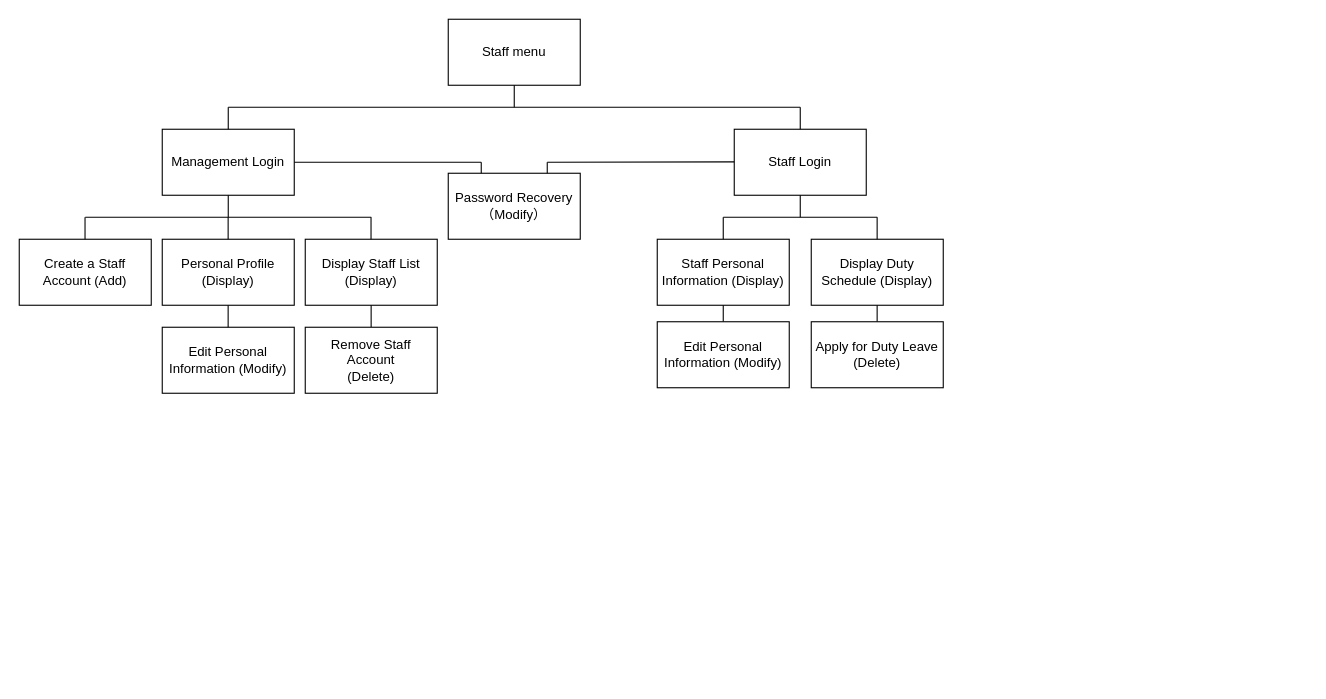
Above: Structure Chart/staffTrain (1).drawio in halleyIsStressed/pcd2Assignment (draw.io), before the change. Source tidied: cells renumbered, new cells numbered last; positions are measured from the earlier drawing's top-left corner, leaving out a move shared by most shapes. Both pictures are drawn from the tidied source at 110%, with x=0, y=0 at pixel (19, 19).
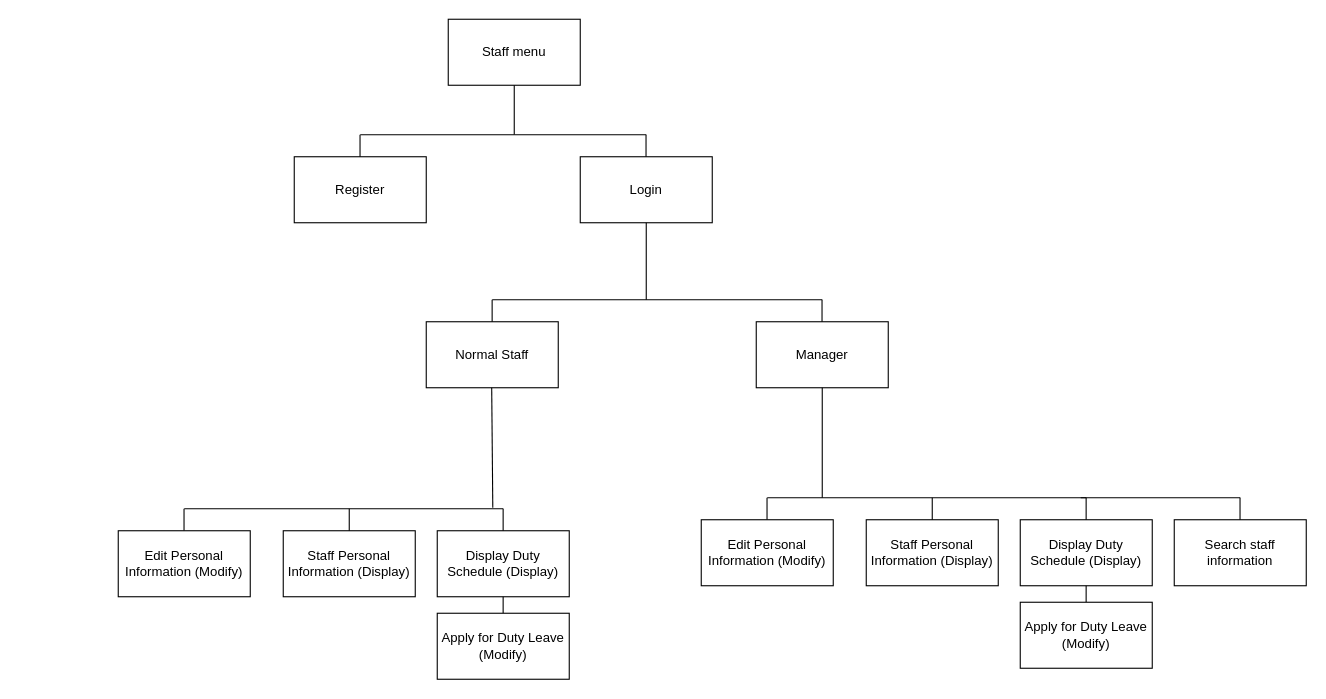
Above is the later version.

Change to the diagram source:
```diff
@@
-    <mxCell id="3" value="Staff Login" style="rounded=0;whiteSpace=wrap;html=1;" parent="1" vertex="1">
-      <mxGeometry x="650" y="100" width="120" height="60" as="geometry" />
+    <mxCell id="3" value="Login" style="rounded=0;whiteSpace=wrap;html=1;" parent="1" vertex="1">
+      <mxGeometry x="510" y="125" width="120" height="60" as="geometry" />
     </mxCell>
-    <mxCell id="4" value="Management Login" style="rounded=0;whiteSpace=wrap;html=1;" parent="1" vertex="1">
-      <mxGeometry x="130" y="100" width="120" height="60" as="geometry" />
-    </mxCell>
-    <mxCell id="5" value="Password Recovery&lt;div&gt;（Modify）&lt;/div&gt;" style="whiteSpace=wrap;html=1;rounded=0;" parent="1" vertex="1">
-      <mxGeometry x="390" y="140" width="120" height="60" as="geometry" />
-    </mxCell>
-    <mxCell id="6" value="Personal Profile&lt;div&gt;(Display)&lt;/div&gt;" style="whiteSpace=wrap;html=1;rounded=0;" parent="1" vertex="1">
-      <mxGeometry x="130" y="200" width="120" height="60" as="geometry" />
-    </mxCell>
     <mxCell id="7" value="Staff Personal Information (Display)" style="whiteSpace=wrap;html=1;rounded=0;" parent="1" vertex="1">
-      <mxGeometry x="580" y="200" width="120" height="60" as="geometry" />
+      <mxGeometry x="770" y="455" width="120" height="60" as="geometry" />
     </mxCell>
-    <mxCell id="8" style="endArrow=none;html=1;rounded=0;exitX=0.5;exitY=1;exitDx=0;exitDy=0;" parent="1" edge="1" source="3">
-      <mxGeometry relative="1" as="geometry">
-        <mxPoint x="710" y="180" as="targetPoint" />
-      </mxGeometry>
-    </mxCell>
     <mxCell id="9" style="endArrow=none;html=1;rounded=0;" parent="1" edge="1">
       <mxGeometry relative="1" as="geometry">
-        <mxPoint x="450" y="80" as="sourcePoint" />
+        <mxPoint x="450" y="105" as="sourcePoint" />
         <mxPoint x="450" y="60" as="targetPoint" />
       </mxGeometry>
     </mxCell>
-    <mxCell id="10" style="endArrow=none;html=1;rounded=0;" parent="1" edge="1">
-      <mxGeometry relative="1" as="geometry">
-        <mxPoint x="190" y="80" as="sourcePoint" />
-        <mxPoint x="710" y="80" as="targetPoint" />
-      </mxGeometry>
-    </mxCell>
     <mxCell id="11" style="endArrow=none;html=1;rounded=0;" parent="1" edge="1">
       <mxGeometry relative="1" as="geometry">
-        <mxPoint x="190" y="100" as="sourcePoint" />
-        <mxPoint x="190" y="80" as="targetPoint" />
+        <mxPoint x="679.8" y="455" as="sourcePoint" />
+        <mxPoint x="679.8" y="435" as="targetPoint" />
       </mxGeometry>
     </mxCell>
-    <mxCell id="12" style="endArrow=none;html=1;rounded=0;" parent="1" edge="1">
-      <mxGeometry relative="1" as="geometry">
-        <mxPoint x="710" y="100" as="sourcePoint" />
-        <mxPoint x="710" y="80" as="targetPoint" />
-      </mxGeometry>
-    </mxCell>
-    <mxCell id="13" value="Create a Staff Account (Add)" style="whiteSpace=wrap;html=1;rounded=0;" parent="1" vertex="1">
-      <mxGeometry y="200" width="120" height="60" as="geometry" />
-    </mxCell>
-    <mxCell id="14" value="&lt;div&gt;Display Staff List (Display)&lt;/div&gt;" style="whiteSpace=wrap;html=1;rounded=0;" parent="1" vertex="1">
-      <mxGeometry x="260" y="200" width="120" height="60" as="geometry" />
-    </mxCell>
-    <mxCell id="15" style="endArrow=none;html=1;rounded=0;" parent="1" edge="1">
-      <mxGeometry relative="1" as="geometry">
-        <mxPoint x="60" y="180" as="sourcePoint" />
-        <mxPoint x="320" y="180" as="targetPoint" />
-      </mxGeometry>
-    </mxCell>
-    <mxCell id="16" value="Edit Personal Information (Modify)" style="rounded=0;whiteSpace=wrap;html=1;" parent="1" vertex="1">
-      <mxGeometry x="130" y="280" width="120" height="60" as="geometry" />
-    </mxCell>
-    <mxCell id="17" style="endArrow=none;html=1;rounded=0;" parent="1" edge="1">
-      <mxGeometry relative="1" as="geometry">
-        <mxPoint x="250" y="130" as="sourcePoint" />
-        <mxPoint x="420" y="130" as="targetPoint" />
-      </mxGeometry>
-    </mxCell>
-    <mxCell id="18" style="endArrow=none;html=1;rounded=0;" parent="1" edge="1">
-      <mxGeometry relative="1" as="geometry">
-        <mxPoint x="480" y="130" as="sourcePoint" />
-        <mxPoint x="650" y="129.7" as="targetPoint" />
-      </mxGeometry>
-    </mxCell>
-    <mxCell id="19" style="endArrow=none;html=1;rounded=0;exitX=0.25;exitY=0;exitDx=0;exitDy=0;" parent="1" edge="1" source="5">
-      <mxGeometry relative="1" as="geometry">
-        <mxPoint x="420" y="130" as="targetPoint" />
-      </mxGeometry>
-    </mxCell>
-    <mxCell id="20" style="endArrow=none;html=1;rounded=0;exitX=0.75;exitY=0;exitDx=0;exitDy=0;" parent="1" edge="1" source="5">
-      <mxGeometry relative="1" as="geometry">
-        <mxPoint x="480" y="130" as="targetPoint" />
-      </mxGeometry>
-    </mxCell>
-    <mxCell id="21" style="endArrow=none;html=1;rounded=0;" parent="1" edge="1">
-      <mxGeometry relative="1" as="geometry">
-        <mxPoint x="190" y="180" as="sourcePoint" />
-        <mxPoint x="190" y="160" as="targetPoint" />
-      </mxGeometry>
-    </mxCell>
-    <mxCell id="22" style="endArrow=none;html=1;rounded=0;" parent="1" edge="1">
-      <mxGeometry relative="1" as="geometry">
-        <mxPoint x="189.9" y="200" as="sourcePoint" />
-        <mxPoint x="189.9" y="180" as="targetPoint" />
-      </mxGeometry>
-    </mxCell>
-    <mxCell id="23" style="endArrow=none;html=1;rounded=0;" parent="1" edge="1">
-      <mxGeometry relative="1" as="geometry">
-        <mxPoint x="189.9" y="280" as="sourcePoint" />
-        <mxPoint x="189.9" y="260" as="targetPoint" />
-      </mxGeometry>
-    </mxCell>
-    <mxCell id="24" style="endArrow=none;html=1;rounded=0;" parent="1" edge="1">
-      <mxGeometry relative="1" as="geometry">
-        <mxPoint x="59.8" y="200" as="sourcePoint" />
-        <mxPoint x="59.8" y="180" as="targetPoint" />
-      </mxGeometry>
-    </mxCell>
-    <mxCell id="25" style="endArrow=none;html=1;rounded=0;" parent="1" edge="1">
-      <mxGeometry relative="1" as="geometry">
-        <mxPoint x="319.8" y="200" as="sourcePoint" />
-        <mxPoint x="319.8" y="180" as="targetPoint" />
-      </mxGeometry>
-    </mxCell>
     <mxCell id="26" value="Display Duty Schedule (Display)" style="whiteSpace=wrap;html=1;rounded=0;" parent="1" vertex="1">
-      <mxGeometry x="720" y="200" width="120" height="60" as="geometry" />
+      <mxGeometry x="910" y="455" width="120" height="60" as="geometry" />
     </mxCell>
-    <mxCell id="27" style="endArrow=none;html=1;rounded=0;" parent="1" edge="1">
-      <mxGeometry relative="1" as="geometry">
-        <mxPoint x="640" y="180" as="sourcePoint" />
-        <mxPoint x="780" y="180" as="targetPoint" />
-      </mxGeometry>
-    </mxCell>
     <mxCell id="28" style="endArrow=none;html=1;rounded=0;exitX=0.5;exitY=0;exitDx=0;exitDy=0;" parent="1" edge="1" source="7">
       <mxGeometry relative="1" as="geometry">
-        <mxPoint x="640" y="180" as="targetPoint" />
+        <mxPoint x="830" y="435" as="targetPoint" />
       </mxGeometry>
     </mxCell>
     <mxCell id="29" style="endArrow=none;html=1;rounded=0;exitX=0.5;exitY=0;exitDx=0;exitDy=0;" parent="1" edge="1">
       <mxGeometry relative="1" as="geometry">
-        <mxPoint x="779.9" y="200" as="sourcePoint" />
-        <mxPoint x="779.9" y="180" as="targetPoint" />
+        <mxPoint x="969.9" y="455" as="sourcePoint" />
+        <mxPoint x="969.9" y="435" as="targetPoint" />
       </mxGeometry>
     </mxCell>
-    <mxCell id="30" style="endArrow=none;html=1;rounded=0;entryX=0.5;entryY=1;entryDx=0;entryDy=0;" parent="1" edge="1" target="7">
-      <mxGeometry relative="1" as="geometry">
-        <mxPoint x="640" y="275" as="sourcePoint" />
-      </mxGeometry>
-    </mxCell>
     <mxCell id="31" style="endArrow=none;html=1;rounded=0;entryX=0.5;entryY=1;entryDx=0;entryDy=0;" parent="1" edge="1">
       <mxGeometry relative="1" as="geometry">
-        <mxPoint x="779.9" y="275" as="sourcePoint" />
-        <mxPoint x="779.9" y="260" as="targetPoint" />
+        <mxPoint x="969.9" y="530" as="sourcePoint" />
+        <mxPoint x="969.9" y="515" as="targetPoint" />
       </mxGeometry>
     </mxCell>
     <mxCell id="32" value="Edit Personal Information (Modify)" style="whiteSpace=wrap;html=1;rounded=0;" parent="1" vertex="1">
-      <mxGeometry x="580" y="275" width="120" height="60" as="geometry" />
+      <mxGeometry x="620" y="455" width="120" height="60" as="geometry" />
     </mxCell>
-    <mxCell id="33" value="Apply for Duty Leave&lt;div&gt;(Delete)&lt;/div&gt;" style="whiteSpace=wrap;html=1;rounded=0;" parent="1" vertex="1">
-      <mxGeometry x="720" y="275" width="120" height="60" as="geometry" />
+    <mxCell id="33" value="Apply for Duty Leave&lt;div&gt;(Modify)&lt;/div&gt;" style="whiteSpace=wrap;html=1;rounded=0;" parent="1" vertex="1">
+      <mxGeometry x="910" y="530" width="120" height="60" as="geometry" />
     </mxCell>
-    <mxCell id="34" style="endArrow=none;html=1;rounded=0;" parent="1" edge="1">
-      <mxGeometry relative="1" as="geometry">
-        <mxPoint x="319.9" y="280" as="sourcePoint" />
-        <mxPoint x="319.9" y="260" as="targetPoint" />
-      </mxGeometry>
-    </mxCell>
-    <mxCell id="35" value="Remove Staff Account&lt;div&gt;(Delete)&lt;/div&gt;" style="rounded=0;whiteSpace=wrap;html=1;" parent="1" vertex="1">
-      <mxGeometry x="260" y="280" width="120" height="60" as="geometry" />
-    </mxCell>
+    <mxCell id="36" style="endArrow=none;html=1;rounded=0;" parent="1" edge="1">
+      <mxGeometry relative="1" as="geometry">
+        <mxPoint x="680" y="435" as="sourcePoint" />
+        <mxPoint x="970" y="435" as="targetPoint" />
+      </mxGeometry>
+    </mxCell>
+    <mxCell id="37" style="endArrow=none;html=1;rounded=0;" parent="1" edge="1">
+      <mxGeometry relative="1" as="geometry">
+        <mxPoint x="450" y="105" as="sourcePoint" />
+        <mxPoint x="570" y="105" as="targetPoint" />
+      </mxGeometry>
+    </mxCell>
+    <mxCell id="38" style="endArrow=none;html=1;rounded=0;" parent="1" edge="1">
+      <mxGeometry relative="1" as="geometry">
+        <mxPoint x="569.8" y="125" as="sourcePoint" />
+        <mxPoint x="569.8" y="105" as="targetPoint" />
+      </mxGeometry>
+    </mxCell>
+    <mxCell id="39" style="endArrow=none;html=1;rounded=0;entryX=0.5;entryY=1;entryDx=0;entryDy=0;" parent="1" edge="1" target="3">
+      <mxGeometry relative="1" as="geometry">
+        <mxPoint x="570" y="255" as="sourcePoint" />
+      </mxGeometry>
+    </mxCell>
+    <mxCell id="40" style="endArrow=none;html=1;rounded=0;" parent="1" edge="1">
+      <mxGeometry relative="1" as="geometry">
+        <mxPoint x="310" y="105" as="sourcePoint" />
+        <mxPoint x="450" y="105" as="targetPoint" />
+      </mxGeometry>
+    </mxCell>
+    <mxCell id="41" value="Register" style="rounded=0;whiteSpace=wrap;html=1;" parent="1" vertex="1">
+      <mxGeometry x="250" y="125" width="120" height="60" as="geometry" />
+    </mxCell>
+    <mxCell id="42" style="endArrow=none;html=1;rounded=0;" parent="1" edge="1">
+      <mxGeometry relative="1" as="geometry">
+        <mxPoint x="309.8" y="125" as="sourcePoint" />
+        <mxPoint x="309.8" y="105" as="targetPoint" />
+      </mxGeometry>
+    </mxCell>
+    <mxCell id="43" value="Search staff information" style="whiteSpace=wrap;html=1;rounded=0;" parent="1" vertex="1">
+      <mxGeometry x="1050" y="455" width="120" height="60" as="geometry" />
+    </mxCell>
+    <mxCell id="44" style="endArrow=none;html=1;rounded=0;" parent="1" edge="1">
+      <mxGeometry relative="1" as="geometry">
+        <mxPoint x="965" y="435" as="sourcePoint" />
+        <mxPoint x="1110" y="435" as="targetPoint" />
+      </mxGeometry>
+    </mxCell>
+    <mxCell id="45" style="endArrow=none;html=1;rounded=0;exitX=0.5;exitY=0;exitDx=0;exitDy=0;" parent="1" edge="1">
+      <mxGeometry relative="1" as="geometry">
+        <mxPoint x="1109.8" y="455" as="sourcePoint" />
+        <mxPoint x="1109.8" y="435" as="targetPoint" />
+      </mxGeometry>
+    </mxCell>
+    <mxCell id="46" value="Manager" style="rounded=0;whiteSpace=wrap;html=1;" parent="1" vertex="1">
+      <mxGeometry x="670" y="275" width="120" height="60" as="geometry" />
+    </mxCell>
+    <mxCell id="47" value="Normal Staff" style="rounded=0;whiteSpace=wrap;html=1;" parent="1" vertex="1">
+      <mxGeometry x="370" y="275" width="120" height="60" as="geometry" />
+    </mxCell>
+    <mxCell id="48" style="endArrow=none;html=1;rounded=0;" parent="1" edge="1">
+      <mxGeometry relative="1" as="geometry">
+        <mxPoint x="430" y="255" as="sourcePoint" />
+        <mxPoint x="730" y="255" as="targetPoint" />
+      </mxGeometry>
+    </mxCell>
+    <mxCell id="49" style="endArrow=none;html=1;rounded=0;" parent="1" edge="1">
+      <mxGeometry relative="1" as="geometry">
+        <mxPoint x="729.8" y="275" as="sourcePoint" />
+        <mxPoint x="729.8" y="255" as="targetPoint" />
+      </mxGeometry>
+    </mxCell>
+    <mxCell id="50" style="endArrow=none;html=1;rounded=0;" parent="1" edge="1">
+      <mxGeometry relative="1" as="geometry">
+        <mxPoint x="429.9" y="275" as="sourcePoint" />
+        <mxPoint x="429.9" y="255" as="targetPoint" />
+      </mxGeometry>
+    </mxCell>
+    <mxCell id="51" style="endArrow=none;html=1;rounded=0;entryX=0.5;entryY=1;entryDx=0;entryDy=0;" parent="1" edge="1" target="46">
+      <mxGeometry relative="1" as="geometry">
+        <mxPoint x="730" y="435" as="sourcePoint" />
+      </mxGeometry>
+    </mxCell>
+    <mxCell id="52" value="Staff Personal Information (Display)" style="whiteSpace=wrap;html=1;rounded=0;" parent="1" vertex="1">
+      <mxGeometry x="240" y="465" width="120" height="60" as="geometry" />
+    </mxCell>
+    <mxCell id="53" style="endArrow=none;html=1;rounded=0;" parent="1" edge="1">
+      <mxGeometry relative="1" as="geometry">
+        <mxPoint x="149.8" y="465" as="sourcePoint" />
+        <mxPoint x="149.8" y="445" as="targetPoint" />
+      </mxGeometry>
+    </mxCell>
+    <mxCell id="54" value="Display Duty Schedule (Display)" style="whiteSpace=wrap;html=1;rounded=0;" parent="1" vertex="1">
+      <mxGeometry x="380" y="465" width="120" height="60" as="geometry" />
+    </mxCell>
+    <mxCell id="55" style="endArrow=none;html=1;rounded=0;exitX=0.5;exitY=0;exitDx=0;exitDy=0;" parent="1" edge="1" source="52">
+      <mxGeometry relative="1" as="geometry">
+        <mxPoint x="300" y="445" as="targetPoint" />
+      </mxGeometry>
+    </mxCell>
+    <mxCell id="56" style="endArrow=none;html=1;rounded=0;exitX=0.5;exitY=0;exitDx=0;exitDy=0;" parent="1" edge="1">
+      <mxGeometry relative="1" as="geometry">
+        <mxPoint x="439.9" y="465" as="sourcePoint" />
+        <mxPoint x="439.9" y="445" as="targetPoint" />
+      </mxGeometry>
+    </mxCell>
+    <mxCell id="57" style="endArrow=none;html=1;rounded=0;entryX=0.5;entryY=1;entryDx=0;entryDy=0;" parent="1" edge="1">
+      <mxGeometry relative="1" as="geometry">
+        <mxPoint x="439.9" y="540" as="sourcePoint" />
+        <mxPoint x="439.9" y="525" as="targetPoint" />
+      </mxGeometry>
+    </mxCell>
+    <mxCell id="16" value="Edit Personal Information (Modify)" style="whiteSpace=wrap;html=1;rounded=0;" parent="1" vertex="1">
+      <mxGeometry x="90" y="465" width="120" height="60" as="geometry" />
+    </mxCell>
+    <mxCell id="58" value="Apply for Duty Leave&lt;div&gt;(Modify)&lt;/div&gt;" style="whiteSpace=wrap;html=1;rounded=0;" parent="1" vertex="1">
+      <mxGeometry x="380" y="540" width="120" height="60" as="geometry" />
+    </mxCell>
+    <mxCell id="59" style="endArrow=none;html=1;rounded=0;" parent="1" edge="1">
+      <mxGeometry relative="1" as="geometry">
+        <mxPoint x="150" y="445" as="sourcePoint" />
+        <mxPoint x="440" y="445" as="targetPoint" />
+      </mxGeometry>
+    </mxCell>
+    <mxCell id="60" style="endArrow=none;html=1;rounded=0;" parent="1" edge="1">
+      <mxGeometry relative="1" as="geometry">
+        <mxPoint x="430.5" y="444" as="sourcePoint" />
+        <mxPoint x="429.5" y="335" as="targetPoint" />
+      </mxGeometry>
+    </mxCell>
```
